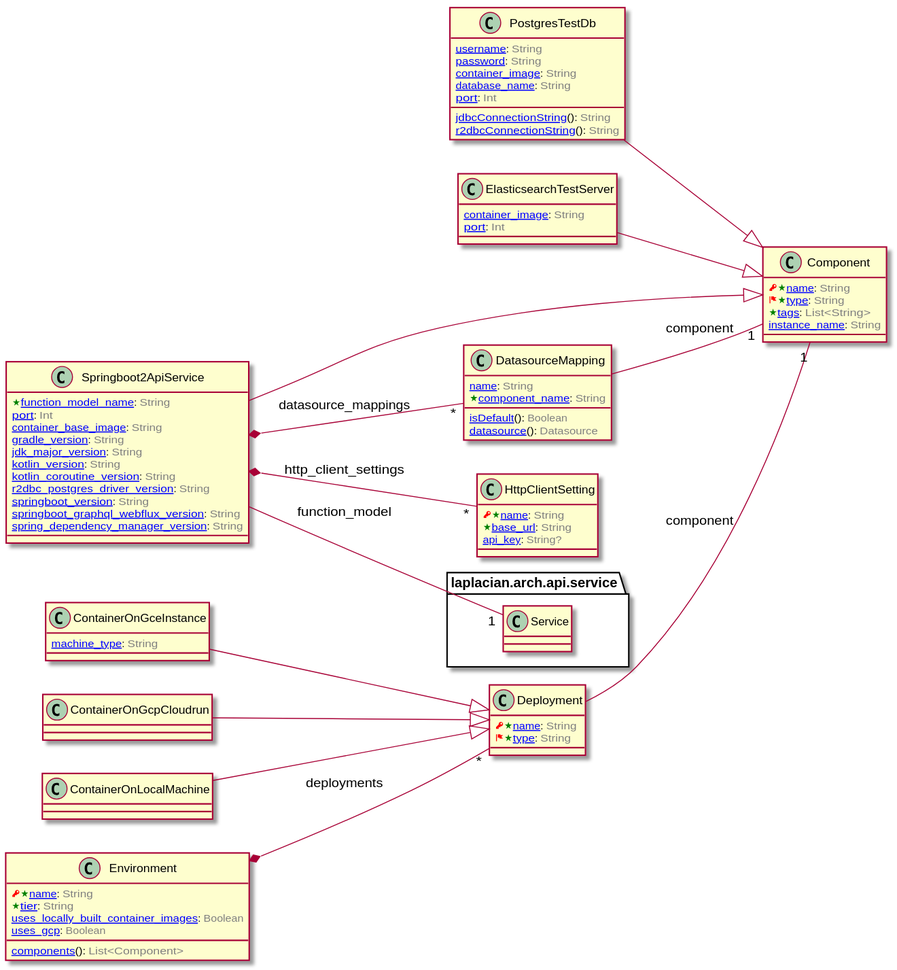
Earlier version of the PlantUML export doc/image/model-diagram.svg (laplacian-arch/deployment.domain-model). Source of this version:
```plantuml
@startuml
left to right direction


class Component [[/blob/master/doc/entities/Component.md]] {
  <color:RED><&key></color><color:Green><&star></color>[[/blob/master/doc/entities/Component.md#name-string name]]: <color:GRAY>String</color>
  <color:RED><&flag></color><color:Green><&star></color>[[/blob/master/doc/entities/Component.md#type-string type]]: <color:GRAY>String</color>
  <color:Green><&star></color>[[/blob/master/doc/entities/Component.md#tags-listString tags]]: <color:GRAY>List<String></color>
  [[/blob/master/doc/entities/Component.md#instance_name-string instance_name]]: <color:GRAY>String</color>
}




class PostgresTestDb [[/blob/master/doc/entities/PostgresTestDb.md]] {
  [[/blob/master/doc/entities/PostgresTestDb.md#username-string username]]: <color:GRAY>String</color>
  [[/blob/master/doc/entities/PostgresTestDb.md#password-string password]]: <color:GRAY>String</color>
  [[/blob/master/doc/entities/PostgresTestDb.md#container_image-string container_image]]: <color:GRAY>String</color>
  [[/blob/master/doc/entities/PostgresTestDb.md#database_name-string database_name]]: <color:GRAY>String</color>
  [[/blob/master/doc/entities/PostgresTestDb.md#port-int port]]: <color:GRAY>Int</color>
  [[/blob/master/doc/entities/PostgresTestDb.md#jdbc_connection_string-string jdbcConnectionString]](): <color:GRAY>String</color>
  [[/blob/master/doc/entities/PostgresTestDb.md#r2dbc_connection_string-string r2dbcConnectionString]](): <color:GRAY>String</color>
}

PostgresTestDb --|> Component





class ElasticsearchTestServer [[/blob/master/doc/entities/ElasticsearchTestServer.md]] {
  [[/blob/master/doc/entities/ElasticsearchTestServer.md#container_image-string container_image]]: <color:GRAY>String</color>
  [[/blob/master/doc/entities/ElasticsearchTestServer.md#port-int port]]: <color:GRAY>Int</color>
}

ElasticsearchTestServer --|> Component





class Springboot2ApiService [[/blob/master/doc/entities/Springboot2ApiService.md]] {
  <color:Green><&star></color>[[/blob/master/doc/entities/Springboot2ApiService.md#function_model_name-string function_model_name]]: <color:GRAY>String</color>
  [[/blob/master/doc/entities/Springboot2ApiService.md#port-int port]]: <color:GRAY>Int</color>
  [[/blob/master/doc/entities/Springboot2ApiService.md#container_base_image-string container_base_image]]: <color:GRAY>String</color>
  [[/blob/master/doc/entities/Springboot2ApiService.md#gradle_version-string gradle_version]]: <color:GRAY>String</color>
  [[/blob/master/doc/entities/Springboot2ApiService.md#jdk_major_version-string jdk_major_version]]: <color:GRAY>String</color>
  [[/blob/master/doc/entities/Springboot2ApiService.md#kotlin_version-string kotlin_version]]: <color:GRAY>String</color>
  [[/blob/master/doc/entities/Springboot2ApiService.md#kotlin_coroutine_version-string kotlin_coroutine_version]]: <color:GRAY>String</color>
  [[/blob/master/doc/entities/Springboot2ApiService.md#r2dbc_postgres_driver_version-string r2dbc_postgres_driver_version]]: <color:GRAY>String</color>
  [[/blob/master/doc/entities/Springboot2ApiService.md#springboot_version-string springboot_version]]: <color:GRAY>String</color>
  [[/blob/master/doc/entities/Springboot2ApiService.md#springboot_graphql_webflux_version-string springboot_graphql_webflux_version]]: <color:GRAY>String</color>
  [[/blob/master/doc/entities/Springboot2ApiService.md#spring_dependency_manager_version-string spring_dependency_manager_version]]: <color:GRAY>String</color>
}

Springboot2ApiService --|> Component






package laplacian.arch.api.service {
  class Service {
  }
}


Springboot2ApiService -- "1" Service : function_model






Springboot2ApiService *-- "*" DatasourceMapping : datasource_mappings






Springboot2ApiService *-- "*" HttpClientSetting : http_client_settings




class DatasourceMapping [[/blob/master/doc/entities/DatasourceMapping.md]] {
  [[/blob/master/doc/entities/DatasourceMapping.md#name-string name]]: <color:GRAY>String</color>
  [[/blob/master/doc/entities/DatasourceMapping.md#is_default-boolean isDefault]](): <color:GRAY>Boolean</color>
  <color:Green><&star></color>[[/blob/master/doc/entities/DatasourceMapping.md#component_name-string component_name]]: <color:GRAY>String</color>
  [[/blob/master/doc/entities/DatasourceMapping.md#datasource-datasource datasource]](): <color:GRAY>Datasource</color>
}






DatasourceMapping -- "1" Component : component




class HttpClientSetting [[/blob/master/doc/entities/HttpClientSetting.md]] {
  <color:RED><&key></color><color:Green><&star></color>[[/blob/master/doc/entities/HttpClientSetting.md#name-string name]]: <color:GRAY>String</color>
  <color:Green><&star></color>[[/blob/master/doc/entities/HttpClientSetting.md#base_url-string base_url]]: <color:GRAY>String</color>
  [[/blob/master/doc/entities/HttpClientSetting.md#api_key-string api_key]]: <color:GRAY>String?</color>
}




class Deployment [[/blob/master/doc/entities/Deployment.md]] {
  <color:RED><&key></color><color:Green><&star></color>[[/blob/master/doc/entities/Deployment.md#name-string name]]: <color:GRAY>String</color>
  <color:RED><&flag></color><color:Green><&star></color>[[/blob/master/doc/entities/Deployment.md#type-string type]]: <color:GRAY>String</color>
}






Deployment -- "1" Component : component




class ContainerOnGceInstance [[/blob/master/doc/entities/ContainerOnGceInstance.md]] {
  [[/blob/master/doc/entities/ContainerOnGceInstance.md#machine_type-string machine_type]]: <color:GRAY>String</color>
}

ContainerOnGceInstance --|> Deployment





class ContainerOnGcpCloudrun [[/blob/master/doc/entities/ContainerOnGcpCloudrun.md]] {
}

ContainerOnGcpCloudrun --|> Deployment





class ContainerOnLocalMachine [[/blob/master/doc/entities/ContainerOnLocalMachine.md]] {
}

ContainerOnLocalMachine --|> Deployment





class Environment [[/blob/master/doc/entities/Environment.md]] {
  <color:RED><&key></color><color:Green><&star></color>[[/blob/master/doc/entities/Environment.md#name-string name]]: <color:GRAY>String</color>
  <color:Green><&star></color>[[/blob/master/doc/entities/Environment.md#tier-string tier]]: <color:GRAY>String</color>
  [[/blob/master/doc/entities/Environment.md#uses_locally_built_container_images-boolean uses_locally_built_container_images]]: <color:GRAY>Boolean</color>
  [[/blob/master/doc/entities/Environment.md#uses_gcp-boolean uses_gcp]]: <color:GRAY>Boolean</color>
  [[/blob/master/doc/entities/Environment.md#components-listComponent components]](): <color:GRAY>List<Component></color>
}






Environment *-- "*" Deployment : deployments



@enduml
```
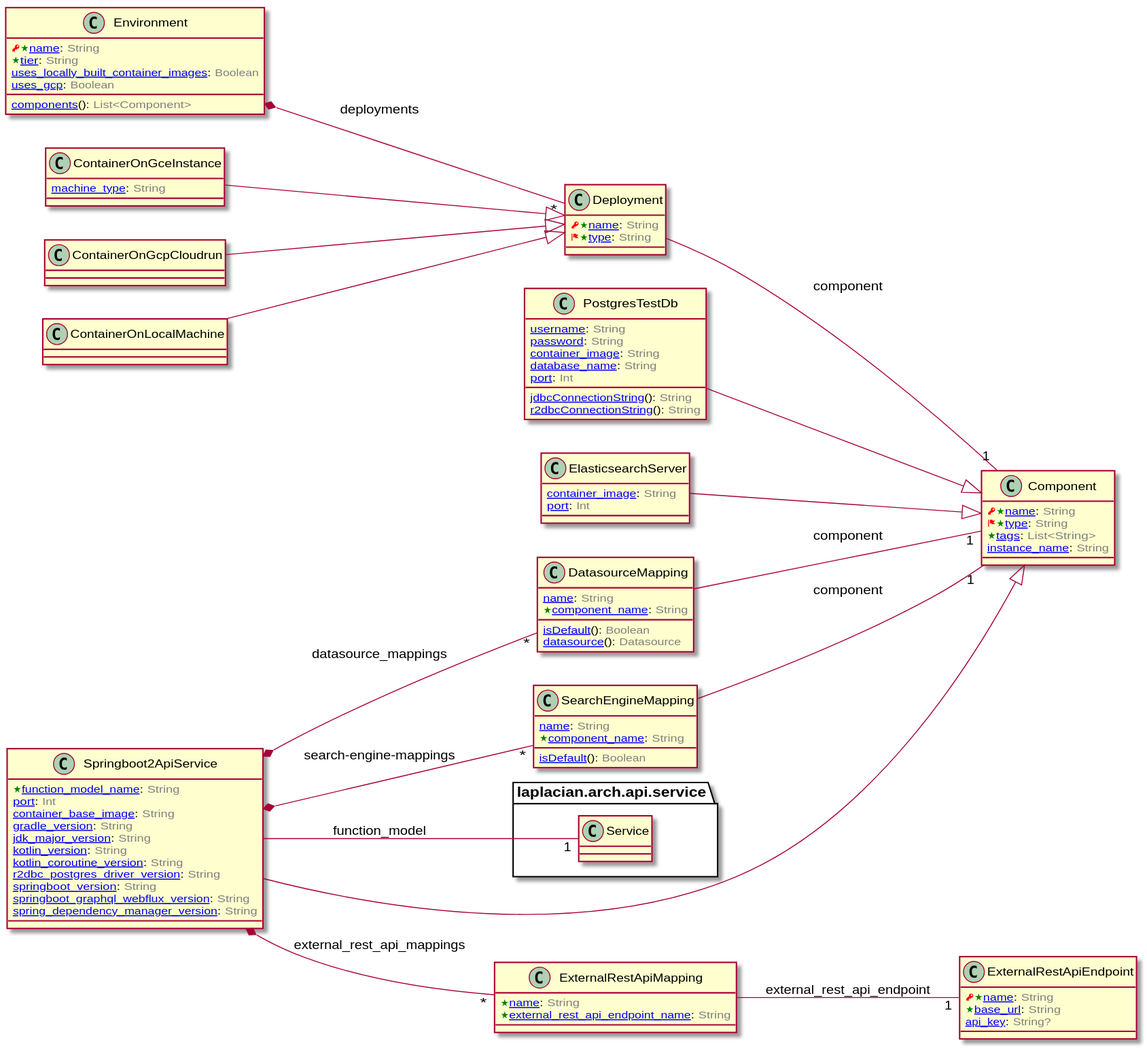
After the commit.

Change to the diagram source:
```diff
@@ -28,13 +28,61 @@
 
 
 
-class ElasticsearchTestServer [[/blob/master/doc/entities/ElasticsearchTestServer.md]] {
-  [[/blob/master/doc/entities/ElasticsearchTestServer.md#container_image-string container_image]]: <color:GRAY>String</color>
-  [[/blob/master/doc/entities/ElasticsearchTestServer.md#port-int port]]: <color:GRAY>Int</color>
+class ElasticsearchServer [[/blob/master/doc/entities/ElasticsearchServer.md]] {
+  [[/blob/master/doc/entities/ElasticsearchServer.md#container_image-string container_image]]: <color:GRAY>String</color>
+  [[/blob/master/doc/entities/ElasticsearchServer.md#port-int port]]: <color:GRAY>Int</color>
 }
 
-ElasticsearchTestServer --|> Component
+ElasticsearchServer --|> Component
 
+
+
+
+
+class DatasourceMapping [[/blob/master/doc/entities/DatasourceMapping.md]] {
+  [[/blob/master/doc/entities/DatasourceMapping.md#name-string name]]: <color:GRAY>String</color>
+  [[/blob/master/doc/entities/DatasourceMapping.md#is_default-boolean isDefault]](): <color:GRAY>Boolean</color>
+  <color:Green><&star></color>[[/blob/master/doc/entities/DatasourceMapping.md#component_name-string component_name]]: <color:GRAY>String</color>
+  [[/blob/master/doc/entities/DatasourceMapping.md#datasource-datasource datasource]](): <color:GRAY>Datasource</color>
+}
+
+
+
+
+
+
+DatasourceMapping -- "1" Component : component
+
+
+
+
+class ExternalRestApiMapping [[/blob/master/doc/entities/ExternalRestApiMapping.md]] {
+  <color:Green><&star></color>[[/blob/master/doc/entities/ExternalRestApiMapping.md#name-string name]]: <color:GRAY>String</color>
+  <color:Green><&star></color>[[/blob/master/doc/entities/ExternalRestApiMapping.md#external_rest_api_endpoint_name-string external_rest_api_endpoint_name]]: <color:GRAY>String</color>
+}
+
+
+
+
+
+
+ExternalRestApiMapping -- "1" ExternalRestApiEndpoint : external_rest_api_endpoint
+
+
+
+
+class SearchEngineMapping [[/blob/master/doc/entities/SearchEngineMapping.md]] {
+  [[/blob/master/doc/entities/SearchEngineMapping.md#name-string name]]: <color:GRAY>String</color>
+  [[/blob/master/doc/entities/SearchEngineMapping.md#is_default-boolean isDefault]](): <color:GRAY>Boolean</color>
+  <color:Green><&star></color>[[/blob/master/doc/entities/SearchEngineMapping.md#component_name-string component_name]]: <color:GRAY>String</color>
+}
+
+
+
+
+
+
+SearchEngineMapping -- "1" Component : component
 
 
 
@@ -80,33 +128,14 @@
 
 
 
-Springboot2ApiService *-- "*" HttpClientSetting : http_client_settings
-
-
-
-
-class DatasourceMapping [[/blob/master/doc/entities/DatasourceMapping.md]] {
-  [[/blob/master/doc/entities/DatasourceMapping.md#name-string name]]: <color:GRAY>String</color>
-  [[/blob/master/doc/entities/DatasourceMapping.md#is_default-boolean isDefault]](): <color:GRAY>Boolean</color>
-  <color:Green><&star></color>[[/blob/master/doc/entities/DatasourceMapping.md#component_name-string component_name]]: <color:GRAY>String</color>
-  [[/blob/master/doc/entities/DatasourceMapping.md#datasource-datasource datasource]](): <color:GRAY>Datasource</color>
-}
+Springboot2ApiService *-- "*" SearchEngineMapping : search-engine-mappings
 
 
 
 
 
 
-DatasourceMapping -- "1" Component : component
-
-
-
-
-class HttpClientSetting [[/blob/master/doc/entities/HttpClientSetting.md]] {
-  <color:RED><&key></color><color:Green><&star></color>[[/blob/master/doc/entities/HttpClientSetting.md#name-string name]]: <color:GRAY>String</color>
-  <color:Green><&star></color>[[/blob/master/doc/entities/HttpClientSetting.md#base_url-string base_url]]: <color:GRAY>String</color>
-  [[/blob/master/doc/entities/HttpClientSetting.md#api_key-string api_key]]: <color:GRAY>String?</color>
-}
+Springboot2ApiService *-- "*" ExternalRestApiMapping : external_rest_api_mappings
 
 
 
@@ -171,4 +200,13 @@
 
 
 
+
+class ExternalRestApiEndpoint [[/blob/master/doc/entities/ExternalRestApiEndpoint.md]] {
+  <color:RED><&key></color><color:Green><&star></color>[[/blob/master/doc/entities/ExternalRestApiEndpoint.md#name-string name]]: <color:GRAY>String</color>
+  <color:Green><&star></color>[[/blob/master/doc/entities/ExternalRestApiEndpoint.md#base_url-string base_url]]: <color:GRAY>String</color>
+  [[/blob/master/doc/entities/ExternalRestApiEndpoint.md#api_key-string api_key]]: <color:GRAY>String?</color>
+}
+
+
+
 @enduml
```
